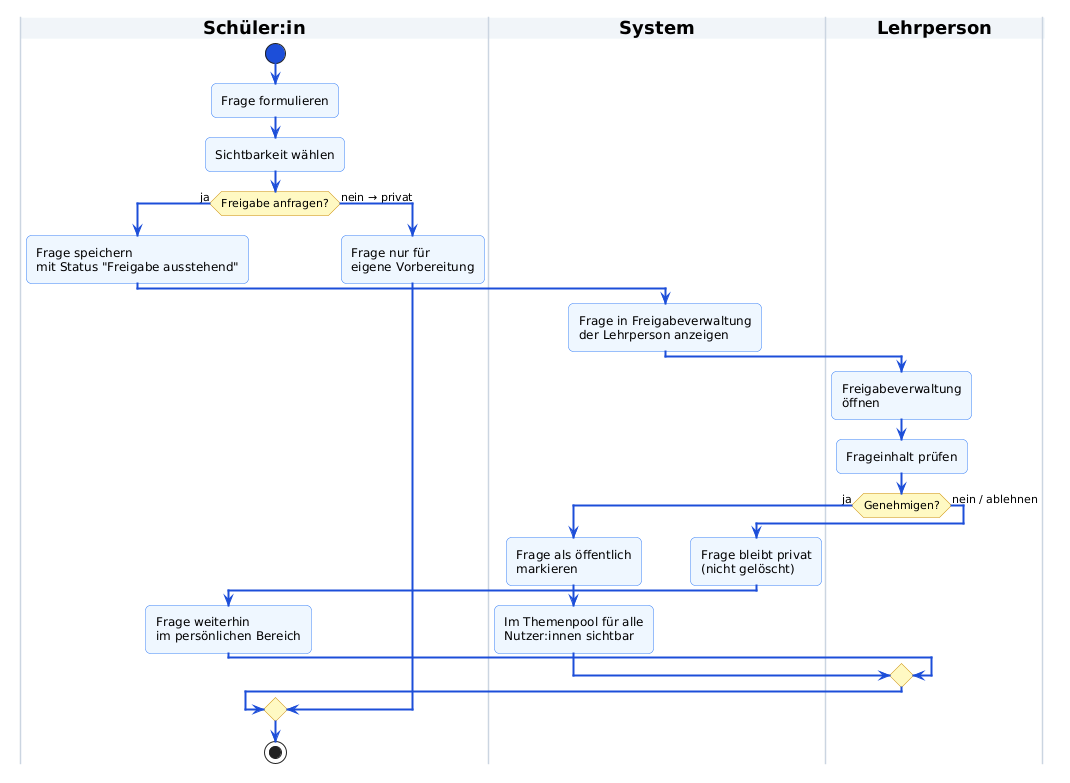
This is pics/freigabe_ablauf.png from LearnHubDipl/thesis-content-management, a PlantUML export, as it was before one commit.
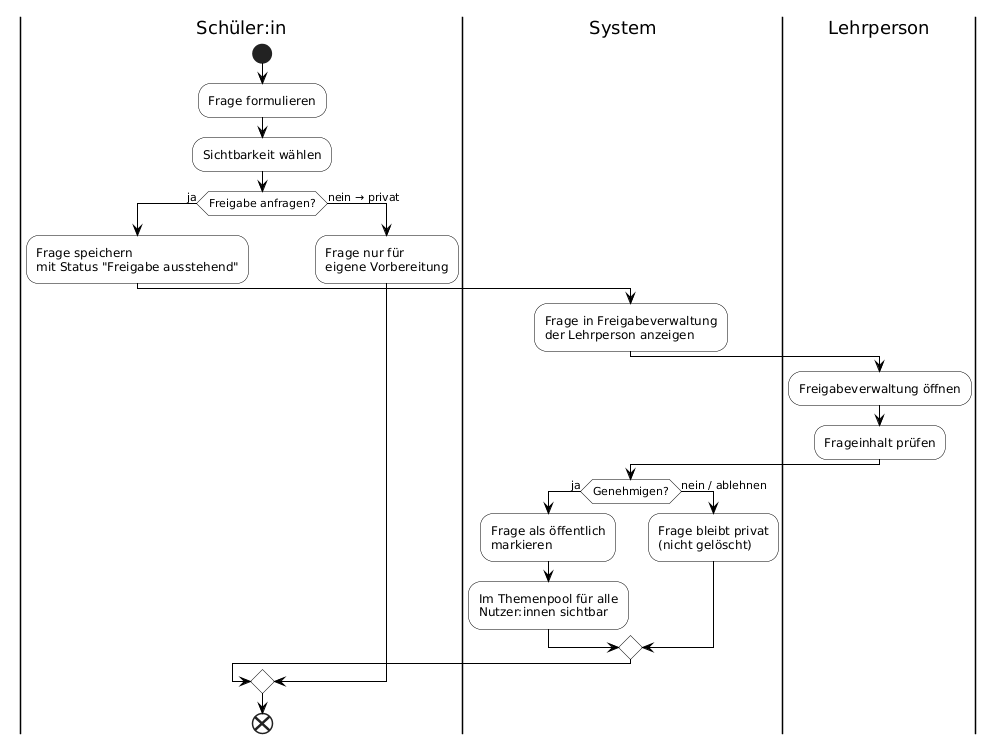
The same file after the commit.

Commit message:
verbesserung außer uml übersicht

What changed in the source:
```diff
@@ -1,20 +1,15 @@
 @startuml
-skinparam activityArrowThickness 2
-skinparam roundcorner 10
-skinparam backgroundColor white
+skinparam backgroundColor White
 skinparam activity {
-    BackgroundColor #EFF6FF
-    BorderColor     #3B82F6
-    ArrowColor      #1D4ED8
-    StartColor      #1D4ED8
-    EndColor        #1D4ED8
-    DiamondBackgroundColor #FEF9C3
-    DiamondBorderColor     #CA8A04
+  BackgroundColor White
+  BorderColor Black
+  ArrowColor Black
+  DiamondBackgroundColor White
+  DiamondBorderColor Black
 }
-skinparam swimlane {
-    BorderColor          #CBD5E1
-    TitleBackgroundColor #F1F5F9
-    TitleFontStyle       bold
+skinparam partition {
+  BackgroundColor White
+  BorderColor Black
 }
 
 |Schüler:in|
@@ -22,25 +17,22 @@
 :Frage formulieren;
 :Sichtbarkeit wählen;
 if (Freigabe anfragen?) then (ja)
-    :Frage speichern\nmit Status "Freigabe ausstehend";
-    |System|
-    :Frage in Freigabeverwaltung\nder Lehrperson anzeigen;
-    |Lehrperson|
-    :Freigabeverwaltung\nöffnen;
-    :Frageinhalt prüfen;
-    if (Genehmigen?) then (ja)
-        |System|
-        :Frage als öffentlich\nmarkieren;
-        :Im Themenpool für alle\nNutzer:innen sichtbar;
-    else (nein / ablehnen)
-        |System|
-        :Frage bleibt privat\n(nicht gelöscht);
-        |Schüler:in|
-        :Frage weiterhin\nim persönlichen Bereich;
-    endif
+  :Frage speichern\nmit Status "Freigabe ausstehend";
+  |System|
+  :Frage in Freigabeverwaltung\nder Lehrperson anzeigen;
+  |Lehrperson|
+  :Freigabeverwaltung öffnen;
+  :Frageinhalt prüfen;
+  |System|
+  if (Genehmigen?) then (ja)
+    :Frage als öffentlich\nmarkieren;
+    :Im Themenpool für alle\nNutzer:innen sichtbar;
+  else (nein / ablehnen)
+    :Frage bleibt privat\n(nicht gelöscht);
+  endif
 else (nein → privat)
-    |Schüler:in|
-    :Frage nur für\neigene Vorbereitung;
+  |Schüler:in|
+  :Frage nur für\neigene Vorbereitung;
 endif
-stop
+end
 @enduml
```
